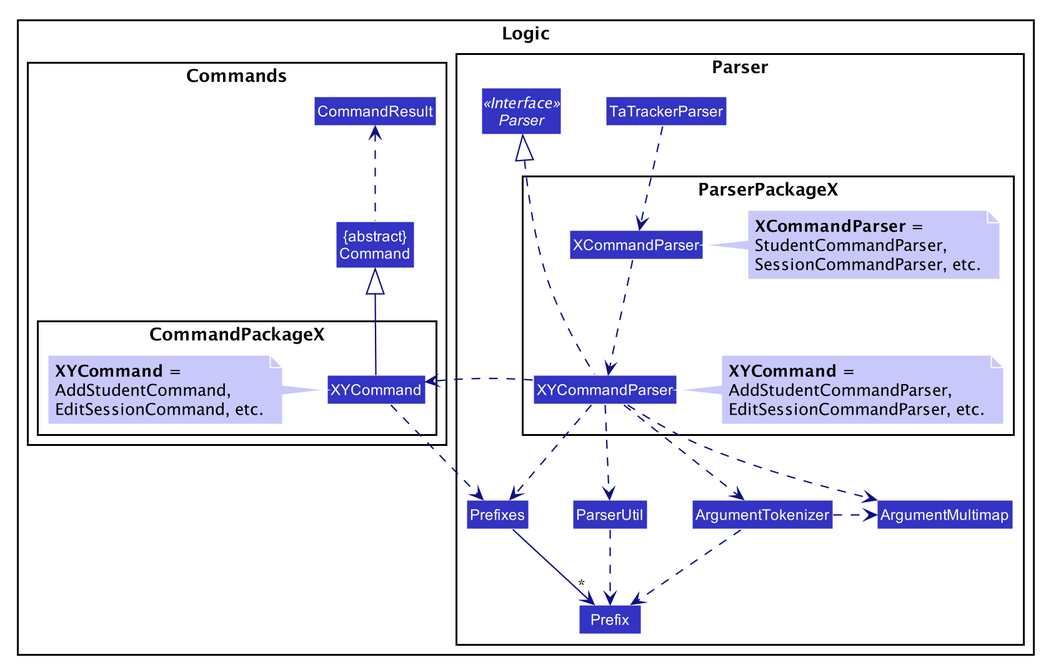
This is docs/images/LogicClassDiagram2.png from nus-cs2103-AY1920S2/addressbook-level3, a PlantUML export, as it was before one commit.
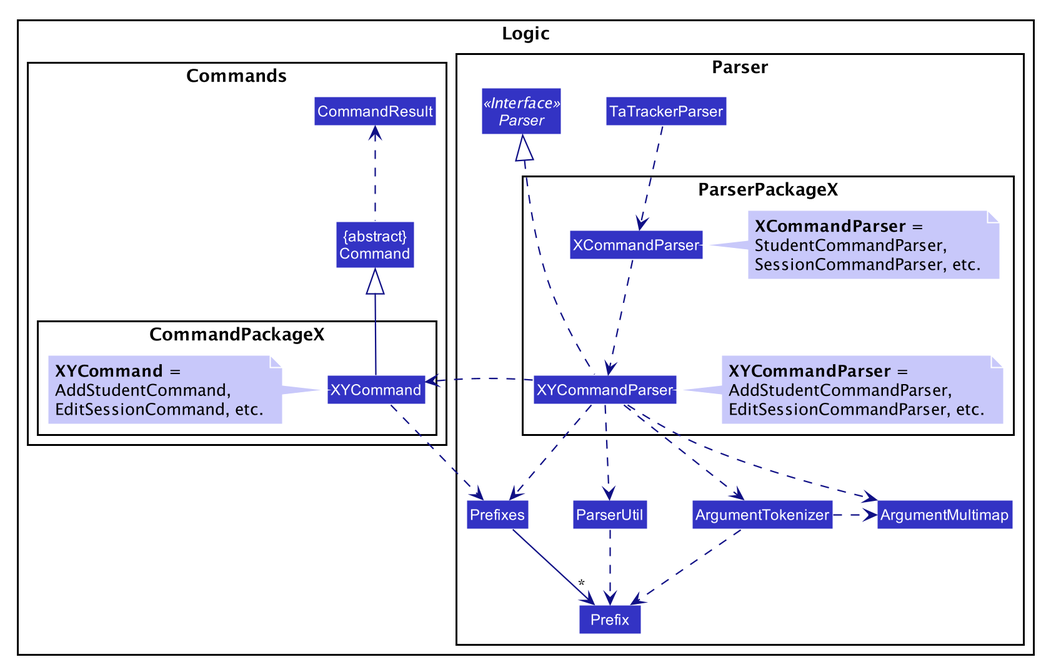
Above is the later version.

Commit message:
Update Logic Implementation in DG

Change to the diagram source:
```diff
@@ -56,7 +56,6 @@
 package Logic {
     package Parser as ParserPkg {
 
-
         Class TaTrackerParser
         Interface Parser <<Interface>>
 
@@ -70,7 +69,7 @@
 
             Class XYCommandParser
             note right of XYCommandParser
-            <b>XYCommand</b> =
+            <b>XYCommandParser</b> =
             AddStudentCommandParser,
             EditSessionCommandParser, etc.
             end note
@@ -109,8 +108,6 @@
 
     package Commands as CommandsPkg {
 
-
-
         package CommandPackageX {
             note left of XYCommand
             <b>XYCommand</b> =
```
